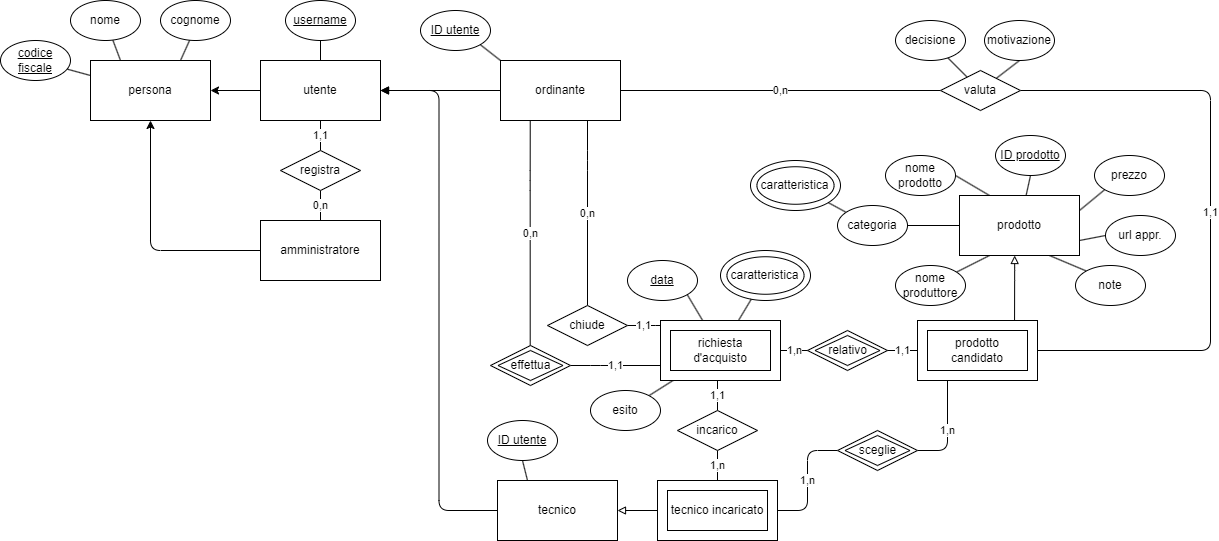
This is assets/Diagramma ER concettuale.png from StefanoElisio/Progetto-base-di-dati, a draw.io export, as it was before one commit. Source tidied: cells renumbered, new cells last; positions are measured from the earlier drawing's top-left corner, leaving out a move shared by most shapes.
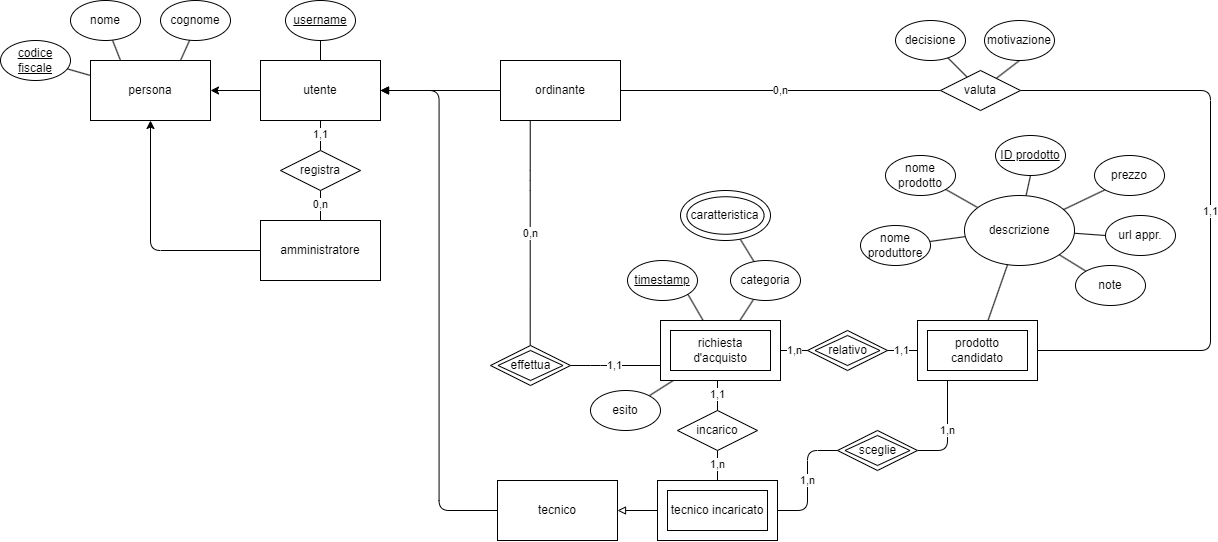
Later version of the same file.

The edit, as a diff of the source:
```diff
@@ -2,9 +2,6 @@
   <root>
     <mxCell id="0" />
     <mxCell id="1" parent="0" />
-    <mxCell id="2" style="jettySize=auto;html=1;exitX=0;exitY=0;exitDx=0;exitDy=0;entryX=1;entryY=1;entryDx=0;entryDy=0;endArrow=none;endFill=0;" parent="1" edge="1" source="10" target="27">
-      <mxGeometry relative="1" as="geometry" />
-    </mxCell>
     <mxCell id="3" style="edgeStyle=none;jettySize=auto;html=1;endArrow=none;endFill=0;exitX=0.25;exitY=0;exitDx=0;exitDy=0;" parent="1" edge="1" source="39" target="28">
       <mxGeometry relative="1" as="geometry" />
     </mxCell>
@@ -35,30 +32,29 @@
     <mxCell id="12" value="tecnico" style="rounded=0;whiteSpace=wrap;html=1;labelBackgroundColor=none;" parent="1" vertex="1">
       <mxGeometry x="497" y="480" width="120" height="60" as="geometry" />
     </mxCell>
-    <mxCell id="13" style="jettySize=auto;html=1;entryX=0.5;entryY=1;entryDx=0;entryDy=0;endArrow=none;endFill=0;" parent="1" edge="1" source="20" target="35">
-      <mxGeometry relative="1" as="geometry" />
+    <mxCell id="13" style="jettySize=auto;html=1;entryX=0.5;entryY=1;entryDx=0;entryDy=0;endArrow=none;endFill=0;" parent="1" edge="1" target="35">
+      <mxGeometry relative="1" as="geometry">
+        <mxPoint x="1025.6" y="195" as="sourcePoint" />
+      </mxGeometry>
     </mxCell>
-    <mxCell id="14" style="edgeStyle=none;jettySize=auto;html=1;endArrow=none;endFill=0;exitX=0.25;exitY=1;exitDx=0;exitDy=0;" parent="1" edge="1" source="20" target="47">
+    <mxCell id="14" style="edgeStyle=none;jettySize=auto;html=1;endArrow=none;endFill=0;" parent="1" edge="1" source="95" target="47">
       <mxGeometry relative="1" as="geometry" />
     </mxCell>
-    <mxCell id="15" style="edgeStyle=none;jettySize=auto;html=1;exitX=0.25;exitY=0;exitDx=0;exitDy=0;endArrow=none;endFill=0;entryX=1;entryY=0.5;entryDx=0;entryDy=0;" parent="1" edge="1" source="20" target="48">
+    <mxCell id="15" style="edgeStyle=none;jettySize=auto;html=1;endArrow=none;endFill=0;" parent="1" edge="1" source="95" target="48">
       <mxGeometry relative="1" as="geometry" />
     </mxCell>
-    <mxCell id="16" style="edgeStyle=none;jettySize=auto;html=1;exitX=1;exitY=0.25;exitDx=0;exitDy=0;entryX=0;entryY=1;entryDx=0;entryDy=0;endArrow=none;endFill=0;" parent="1" edge="1" source="20" target="49">
+    <mxCell id="16" style="edgeStyle=none;jettySize=auto;html=1;entryX=0;entryY=1;entryDx=0;entryDy=0;endArrow=none;endFill=0;" parent="1" edge="1" source="95" target="49">
       <mxGeometry relative="1" as="geometry" />
     </mxCell>
-    <mxCell id="17" style="edgeStyle=none;jettySize=auto;html=1;exitX=1;exitY=0.75;exitDx=0;exitDy=0;entryX=0;entryY=0.5;entryDx=0;entryDy=0;endArrow=none;endFill=0;" parent="1" edge="1" source="20" target="50">
+    <mxCell id="17" style="edgeStyle=none;jettySize=auto;html=1;entryX=0;entryY=0.5;entryDx=0;entryDy=0;endArrow=none;endFill=0;" parent="1" edge="1" source="95" target="50">
       <mxGeometry relative="1" as="geometry" />
     </mxCell>
-    <mxCell id="18" style="edgeStyle=none;jettySize=auto;html=1;exitX=0.75;exitY=1;exitDx=0;exitDy=0;entryX=0;entryY=0;entryDx=0;entryDy=0;endArrow=none;endFill=0;" parent="1" edge="1" source="20" target="51">
+    <mxCell id="18" style="edgeStyle=none;jettySize=auto;html=1;entryX=0;entryY=0;entryDx=0;entryDy=0;endArrow=none;endFill=0;" parent="1" edge="1" source="95" target="51">
       <mxGeometry relative="1" as="geometry" />
     </mxCell>
-    <mxCell id="19" style="edgeStyle=none;jettySize=auto;html=1;exitX=0;exitY=0.5;exitDx=0;exitDy=0;endArrow=none;endFill=0;" parent="1" edge="1" source="20" target="78">
+    <mxCell id="19" style="edgeStyle=none;jettySize=auto;html=1;endArrow=none;endFill=0;" parent="1" edge="1" source="80" target="78">
       <mxGeometry relative="1" as="geometry" />
     </mxCell>
-    <mxCell id="20" value="prodotto" style="rounded=0;whiteSpace=wrap;html=1;" parent="1" vertex="1">
-      <mxGeometry x="959" y="195" width="120" height="60" as="geometry" />
-    </mxCell>
     <mxCell id="21" style="edgeStyle=orthogonalEdgeStyle;jettySize=auto;html=1;entryX=1;entryY=0.5;entryDx=0;entryDy=0;strokeWidth=1;endArrow=block;endFill=0;exitX=0;exitY=0.5;exitDx=0;exitDy=0;" parent="1" edge="1" source="60" target="12">
       <mxGeometry relative="1" as="geometry" />
     </mxCell>
@@ -77,9 +73,6 @@
     <mxCell id="26" style="jettySize=auto;html=1;endArrow=none;endFill=0;" parent="1" edge="1" source="78" target="91">
       <mxGeometry relative="1" as="geometry" />
     </mxCell>
-    <mxCell id="27" value="ID utente" style="ellipse;whiteSpace=wrap;html=1;fontStyle=4;" parent="1" vertex="1">
-      <mxGeometry x="420" y="10" width="70" height="40" as="geometry" />
-    </mxCell>
     <mxCell id="28" value="nome" style="ellipse;whiteSpace=wrap;html=1;" parent="1" vertex="1">
       <mxGeometry x="70" width="70" height="40" as="geometry" />
     </mxCell>
@@ -92,15 +85,6 @@
     <mxCell id="31" value="registra" style="rhombus;whiteSpace=wrap;html=1;" parent="1" vertex="1">
       <mxGeometry x="280" y="150" width="80" height="40" as="geometry" />
     </mxCell>
-    <mxCell id="32" value="caratteristica" style="group;verticalAlign=middle;fontStyle=0;" parent="1" vertex="1">
-      <mxGeometry x="720" y="250" width="90" height="50" as="geometry" />
-    </mxCell>
-    <mxCell id="33" style="ellipse;whiteSpace=wrap;html=1;fontStyle=4;fillStyle=auto;" parent="32" vertex="1">
-      <mxGeometry width="90" height="50" as="geometry" />
-    </mxCell>
-    <mxCell id="34" value="caratteristica" style="ellipse;whiteSpace=wrap;html=1;fontStyle=0;fillStyle=auto;verticalAlign=middle;" parent="32" vertex="1">
-      <mxGeometry x="6.4" y="6.2" width="77.1" height="37.5" as="geometry" />
-    </mxCell>
     <mxCell id="35" value="ID prodotto" style="ellipse;whiteSpace=wrap;html=1;fontStyle=4;" parent="1" vertex="1">
       <mxGeometry x="995" y="135" width="70" height="40" as="geometry" />
     </mxCell>
@@ -139,18 +123,6 @@
     <mxCell id="42" value="incarico" style="rhombus;whiteSpace=wrap;html=1;" parent="1" vertex="1">
       <mxGeometry x="677" y="410" width="80" height="40" as="geometry" />
     </mxCell>
-    <mxCell id="43" style="edgeStyle=orthogonalEdgeStyle;jettySize=auto;html=1;endArrow=block;endFill=0;" parent="1" edge="1" target="20">
-      <mxGeometry relative="1" as="geometry">
-        <mxPoint x="1014.1" y="320" as="sourcePoint" />
-        <Array as="points">
-          <mxPoint x="1015" y="270" />
-          <mxPoint x="1015" y="270" />
-        </Array>
-      </mxGeometry>
-    </mxCell>
-    <mxCell id="44" value="&lt;div&gt;&lt;br&gt;&lt;/div&gt;&lt;div&gt;&lt;br&gt;&lt;/div&gt;" style="edgeLabel;html=1;align=center;verticalAlign=middle;" parent="43" vertex="1">
-      <mxGeometry x="0.52" y="-1" relative="1" as="geometry" />
-    </mxCell>
     <mxCell id="45" value="1,n" style="edgeStyle=orthogonalEdgeStyle;jettySize=auto;html=1;endArrow=none;endFill=0;exitX=1;exitY=0.5;exitDx=0;exitDy=0;entryX=0.25;entryY=1;entryDx=0;entryDy=0;" parent="1" edge="1" source="53" target="63">
       <mxGeometry relative="1" as="geometry" />
     </mxCell>
@@ -158,7 +130,7 @@
       <mxGeometry relative="1" as="geometry" />
     </mxCell>
     <mxCell id="47" value="nome produttore" style="ellipse;whiteSpace=wrap;html=1;" parent="1" vertex="1">
-      <mxGeometry x="895" y="265" width="70" height="40" as="geometry" />
+      <mxGeometry x="860" y="225" width="70" height="40" as="geometry" />
     </mxCell>
     <mxCell id="48" value="nome prodotto" style="ellipse;whiteSpace=wrap;html=1;" parent="1" vertex="1">
       <mxGeometry x="885" y="155" width="70" height="40" as="geometry" />
@@ -187,12 +159,6 @@
     <mxCell id="56" value="username" style="ellipse;whiteSpace=wrap;html=1;fontStyle=4;" parent="1" vertex="1">
       <mxGeometry x="285" width="70" height="40" as="geometry" />
     </mxCell>
-    <mxCell id="57" style="jettySize=auto;html=1;exitX=0.25;exitY=0;exitDx=0;exitDy=0;entryX=0.5;entryY=1;entryDx=0;entryDy=0;endArrow=none;endFill=0;" parent="1" edge="1" source="12" target="58">
-      <mxGeometry relative="1" as="geometry" />
-    </mxCell>
-    <mxCell id="58" value="ID utente" style="ellipse;whiteSpace=wrap;html=1;fontStyle=4;" parent="1" vertex="1">
-      <mxGeometry x="487" y="420" width="70" height="40" as="geometry" />
-    </mxCell>
     <mxCell id="59" style="group;" parent="1" vertex="1">
       <mxGeometry x="657" y="480" width="120" height="60" as="geometry" />
     </mxCell>
@@ -241,33 +207,14 @@
     <mxCell id="72" value="motivazione" style="ellipse;whiteSpace=wrap;html=1;fontStyle=0;" parent="1" vertex="1">
       <mxGeometry x="984" y="20" width="70" height="40" as="geometry" />
     </mxCell>
-    <mxCell id="73" value="1,1" style="edgeStyle=orthogonalEdgeStyle;jettySize=auto;html=1;endArrow=none;endFill=0;entryX=1;entryY=0.5;entryDx=0;entryDy=0;" parent="1" edge="1" source="80" target="76">
-      <mxGeometry relative="1" as="geometry">
-        <Array as="points">
-          <mxPoint x="650" y="325" />
-          <mxPoint x="650" y="325" />
-        </Array>
-      </mxGeometry>
-    </mxCell>
-    <mxCell id="74" value="0,n" style="edgeStyle=orthogonalEdgeStyle;jettySize=auto;html=1;endArrow=none;endFill=0;entryX=0.5;entryY=0;entryDx=0;entryDy=0;" parent="1" edge="1" source="10" target="76">
-      <mxGeometry relative="1" as="geometry">
-        <Array as="points">
-          <mxPoint x="587" y="160" />
-          <mxPoint x="587" y="160" />
-        </Array>
-      </mxGeometry>
-    </mxCell>
     <mxCell id="75" style="edgeStyle=none;jettySize=auto;html=1;endArrow=none;endFill=0;" parent="1" edge="1" source="80" target="77">
       <mxGeometry relative="1" as="geometry" />
     </mxCell>
-    <mxCell id="76" value="chiude" style="rhombus;whiteSpace=wrap;html=1;" parent="1" vertex="1">
-      <mxGeometry x="547" y="305" width="80" height="40" as="geometry" />
-    </mxCell>
     <mxCell id="77" value="esito" style="ellipse;whiteSpace=wrap;html=1;fontStyle=0;" parent="1" vertex="1">
       <mxGeometry x="590" y="390" width="70" height="40" as="geometry" />
     </mxCell>
     <mxCell id="78" value="categoria" style="ellipse;whiteSpace=wrap;html=1;" parent="1" vertex="1">
-      <mxGeometry x="837" y="205" width="70" height="40" as="geometry" />
+      <mxGeometry x="730" y="260" width="70" height="40" as="geometry" />
     </mxCell>
     <mxCell id="79" style="group;" parent="1" vertex="1">
       <mxGeometry x="660" y="320" width="120" height="60" as="geometry" />
@@ -290,7 +237,7 @@
     <mxCell id="85" style="edgeStyle=none;jettySize=auto;html=1;exitX=1;exitY=1;exitDx=0;exitDy=0;endArrow=none;endFill=0;" parent="1" edge="1" source="86" target="80">
       <mxGeometry relative="1" as="geometry" />
     </mxCell>
-    <mxCell id="86" value="data" style="ellipse;whiteSpace=wrap;html=1;fontStyle=4;" parent="1" vertex="1">
+    <mxCell id="86" value="timestamp" style="ellipse;whiteSpace=wrap;html=1;fontStyle=4;" parent="1" vertex="1">
       <mxGeometry x="627" y="260" width="70" height="40" as="geometry" />
     </mxCell>
     <mxCell id="87" value="valuta" style="rhombus;whiteSpace=wrap;html=1;" parent="1" vertex="1">
@@ -303,7 +250,7 @@
       <mxGeometry x="895" y="20" width="70" height="40" as="geometry" />
     </mxCell>
     <mxCell id="90" value="caratteristica" style="group;verticalAlign=middle;fontStyle=0;" parent="1" vertex="1">
-      <mxGeometry x="750" y="160" width="90" height="50" as="geometry" />
+      <mxGeometry x="680" y="190" width="90" height="50" as="geometry" />
     </mxCell>
     <mxCell id="91" style="ellipse;whiteSpace=wrap;html=1;fontStyle=4;fillStyle=auto;" parent="90" vertex="1">
       <mxGeometry width="90" height="50" as="geometry" />
@@ -311,8 +258,11 @@
     <mxCell id="92" value="caratteristica" style="ellipse;whiteSpace=wrap;html=1;fontStyle=0;fillStyle=auto;verticalAlign=middle;" parent="90" vertex="1">
       <mxGeometry x="6.4" y="6.2" width="77.1" height="37.5" as="geometry" />
     </mxCell>
-    <mxCell id="93" style="edgeStyle=none;jettySize=auto;html=1;endArrow=none;endFill=0;" parent="1" edge="1" source="80" target="33">
-      <mxGeometry relative="1" as="geometry" />
-    </mxCell>
+    <mxCell id="94" style="rounded=0;jettySize=auto;html=1;endArrow=none;endFill=0;" parent="1" edge="1" source="95" target="63">
+      <mxGeometry relative="1" as="geometry" />
+    </mxCell>
+    <mxCell id="95" value="descrizione" style="ellipse;whiteSpace=wrap;html=1;" parent="1" vertex="1">
+      <mxGeometry x="964" y="195" width="110" height="70" as="geometry" />
+    </mxCell>
   </root>
 </mxGraphModel>
```
